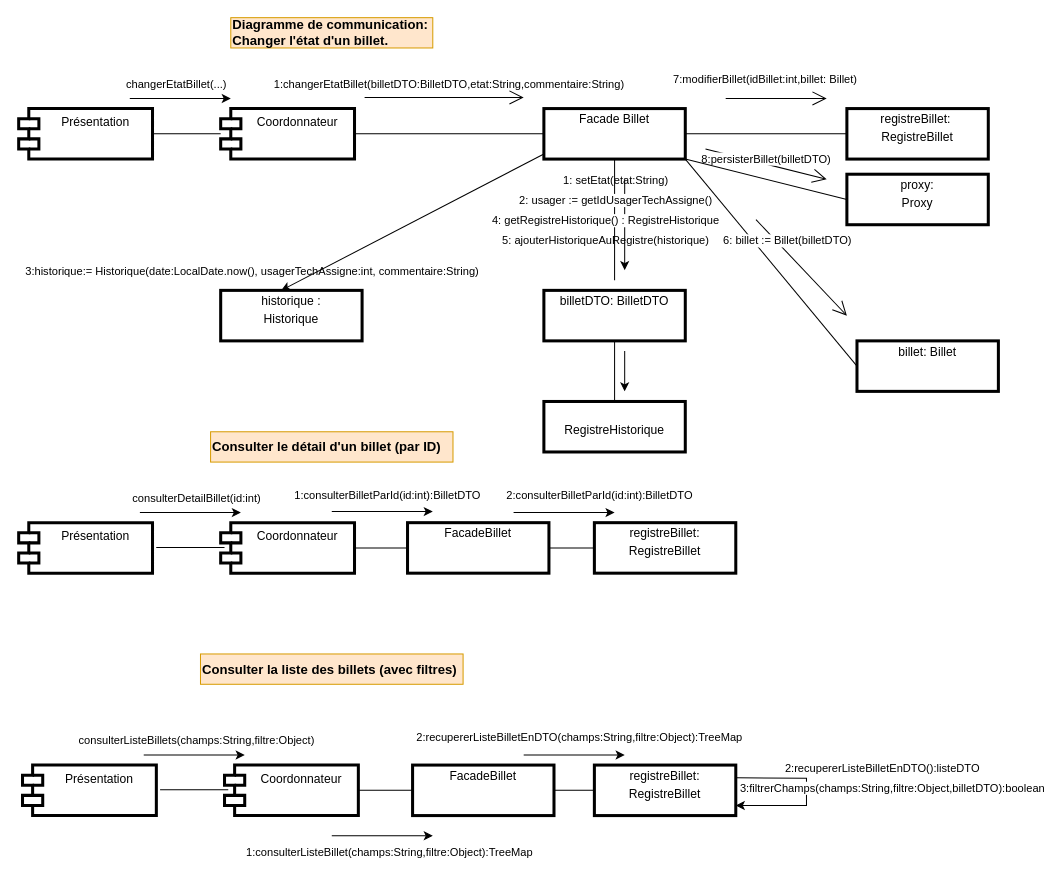
Earlier version of the draw.io diagram Diagrammes de conception/Diagrammes de communication/diagrame JC.drawio (ChristWasTaken/Projet-Conception-et-Archictecture). Source tidied: cells renumbered, new cells numbered last; positions are measured from the earlier drawing's top-left corner, leaving out a move shared by most shapes. Both pictures are drawn from the tidied source at 101%, with x=0, y=0 at pixel (18, 17).
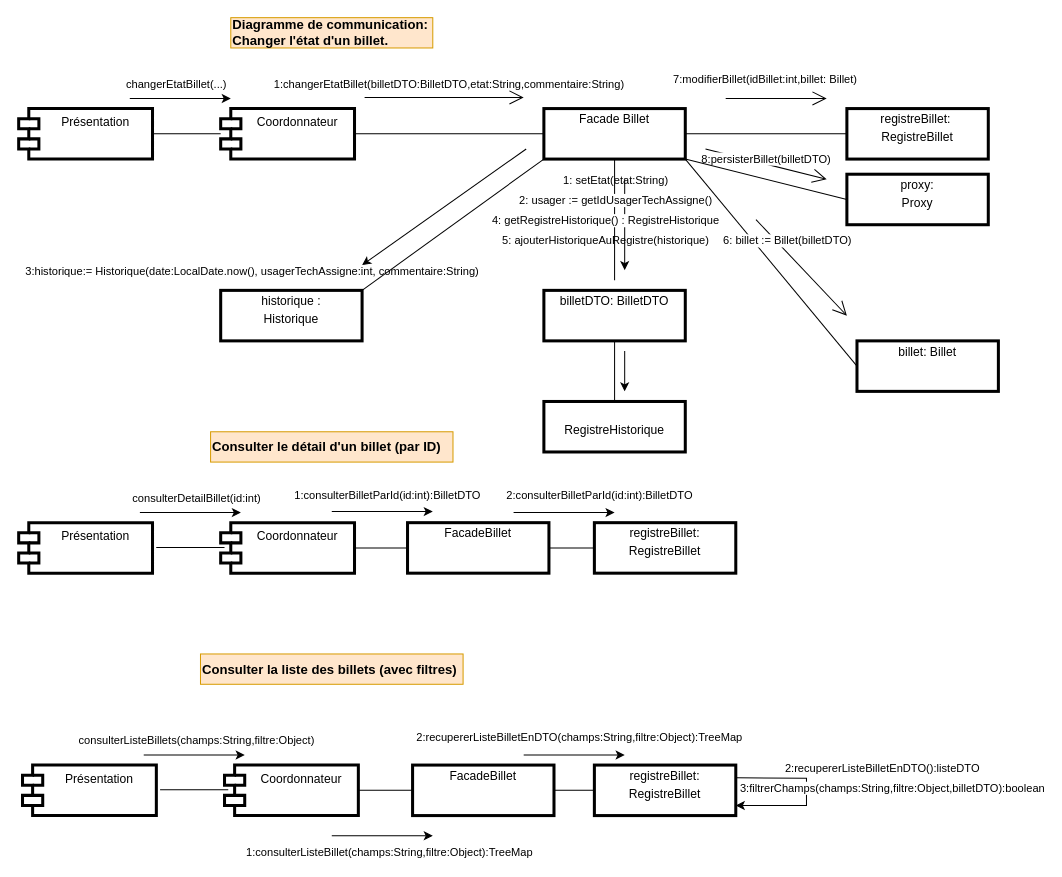
The same page after the edit.

The change refers to these unchanged cells:
```xml
<mxCell id="3" value="&lt;p style=&quot;margin:0px;margin-top:4px;text-align:center;&quot;&gt;&lt;span style=&quot;background-color: initial;&quot;&gt;Facade Billet&lt;/span&gt;&lt;br&gt;&lt;/p&gt;" style="verticalAlign=top;align=left;overflow=fill;fontSize=12;fontFamily=Helvetica;html=1;strokeWidth=3;" parent="1" vertex="1">
  <mxGeometry x="520" y="90" width="140" height="50" as="geometry" />
</mxCell>
<mxCell id="16" value="&lt;p style=&quot;margin:0px;margin-top:4px;text-align:center;&quot;&gt;&lt;span style=&quot;background-color: initial;&quot;&gt;historique :&lt;/span&gt;&lt;/p&gt;&lt;p style=&quot;margin:0px;margin-top:4px;text-align:center;&quot;&gt;&lt;span style=&quot;background-color: initial;&quot;&gt;Historique&lt;/span&gt;&lt;br&gt;&lt;/p&gt;" style="verticalAlign=top;align=left;overflow=fill;fontSize=12;fontFamily=Helvetica;html=1;strokeWidth=3;" parent="1" vertex="1">
  <mxGeometry x="200" y="270" width="140" height="50" as="geometry" />
</mxCell>
```

The edit, as a diff of the source:
```diff
@@
     <mxCell id="29" style="endArrow=classic;html=1;rounded=0;" parent="1" edge="1">
       <mxGeometry relative="1" as="geometry">
-        <mxPoint x="520" y="135" as="sourcePoint" />
-        <mxPoint x="260" y="270" as="targetPoint" />
+        <mxPoint x="502.5" y="130" as="sourcePoint" />
+        <mxPoint x="340" y="245" as="targetPoint" />
       </mxGeometry>
     </mxCell>
@@
+    <mxCell id="69" style="endArrow=none;html=1;rounded=0;exitX=1;exitY=0;exitDx=0;exitDy=0;entryX=0;entryY=1;entryDx=0;entryDy=0;" parent="1" edge="1" source="16" target="3">
+      <mxGeometry relative="1" as="geometry" />
+    </mxCell>
```
